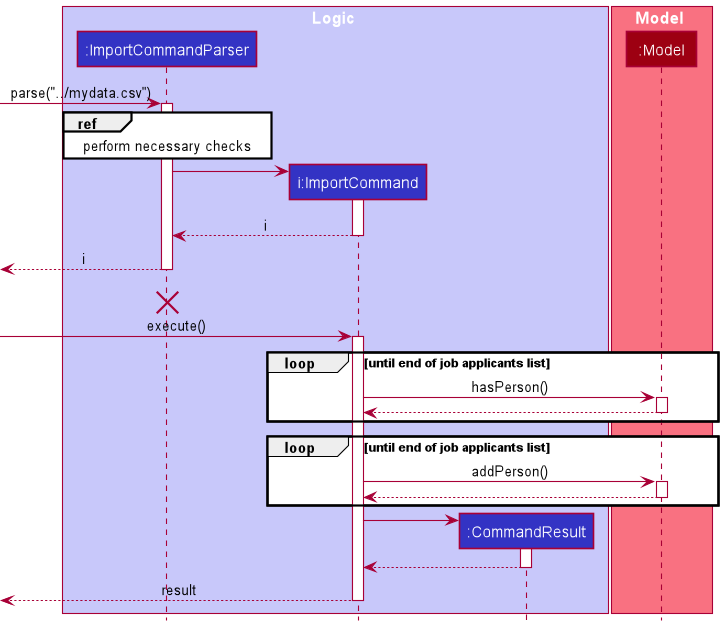
The PlantUML diagram docs/images/ImportSequenceDiagram.png in rcjj98/tp, before a commit. Source of this version:
```plantuml
@startuml
!include style.puml

box Logic LOGIC_COLOR_T1
participant ":ImportCommandParser" as ImportCommandParser LOGIC_COLOR
participant "i:ImportCommand" as ImportCommand LOGIC_COLOR
participant ":CommandResult" as CommandResult LOGIC_COLOR
end box

box Model MODEL_COLOR_T1
participant ":Model" as Model MODEL_COLOR
end box

[-> ImportCommandParser : parse("../mydata.csv")
activate ImportCommandParser

ref over ImportCommandParser
perform necessary checks
end ref

create ImportCommand
ImportCommandParser -> ImportCommand
activate ImportCommand

ImportCommand --> ImportCommandParser : i
deactivate ImportCommand

[<-- ImportCommandParser : i
deactivate ImportCommandParser

[<-[hidden]- ImportCommandParser : e
destroy ImportCommandParser

[-> ImportCommand : execute()
activate ImportCommand

loop until end of job applicants list
ImportCommand -> Model : hasPerson()
activate Model
Model --> ImportCommand
deactivate Model
end

loop until end of job applicants list
ImportCommand -> Model : addPerson()
activate Model
Model --> ImportCommand
deactivate Model
end


create CommandResult
ImportCommand -> CommandResult
activate CommandResult

CommandResult --> ImportCommand
deactivate CommandResult

[<-- ImportCommand : result
deactivate ImportCommand

@enduml
```
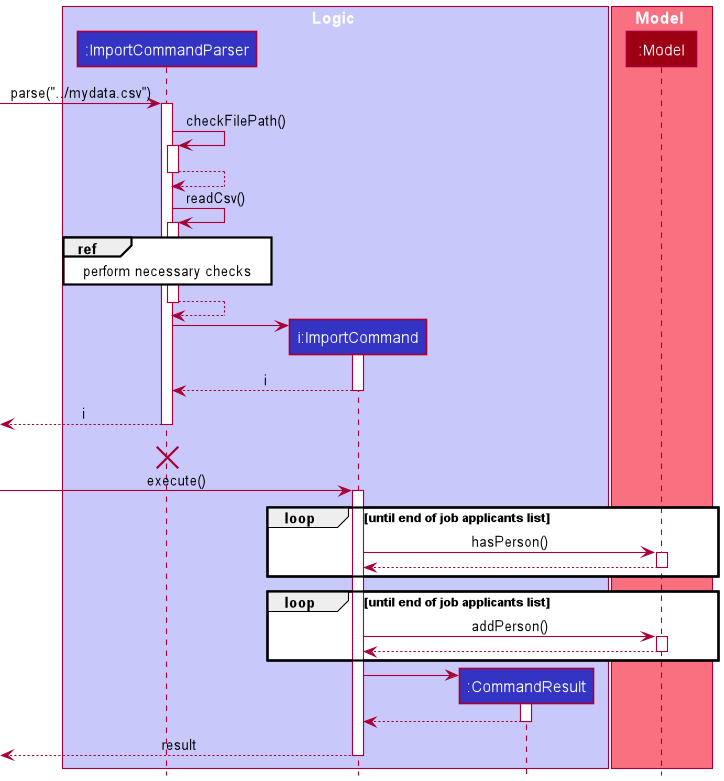
The same file after the commit.

Change to the diagram source:
```diff
@@ -14,9 +14,20 @@
 [-> ImportCommandParser : parse("../mydata.csv")
 activate ImportCommandParser
 
+ImportCommandParser -> ImportCommandParser : checkFilePath()
+activate ImportCommandParser
+ImportCommandParser --> ImportCommandParser
+deactivate ImportCommandParser
+
+ImportCommandParser -> ImportCommandParser : readCsv()
+activate ImportCommandParser
+
 ref over ImportCommandParser
 perform necessary checks
 end ref
+
+ImportCommandParser --> ImportCommandParser
+deactivate ImportCommandParser
 
 create ImportCommand
 ImportCommandParser -> ImportCommand
```
